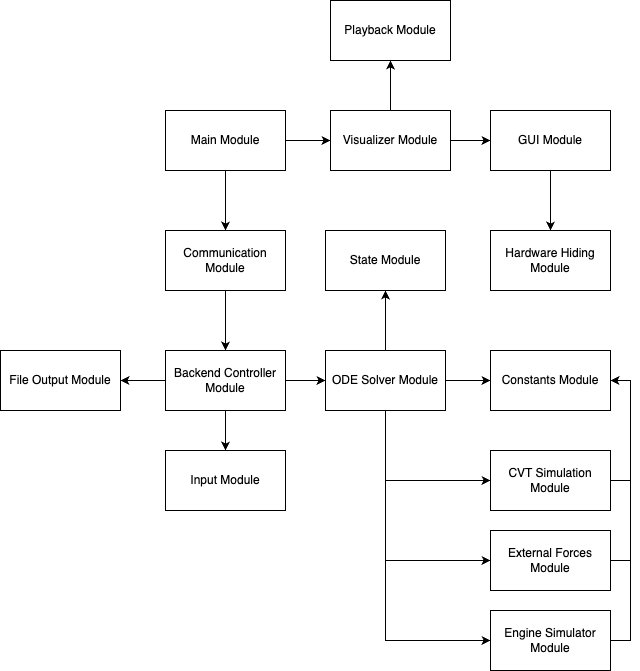
Above: docs/Design/SoftArchitecture/moduleDrawing.drawio.png in gr812b/CVT-Simulator (draw.io), before the change. Source tidied: cells renumbered, new cells last; positions are measured from the earlier drawing's top-left corner, leaving out a move shared by most shapes.
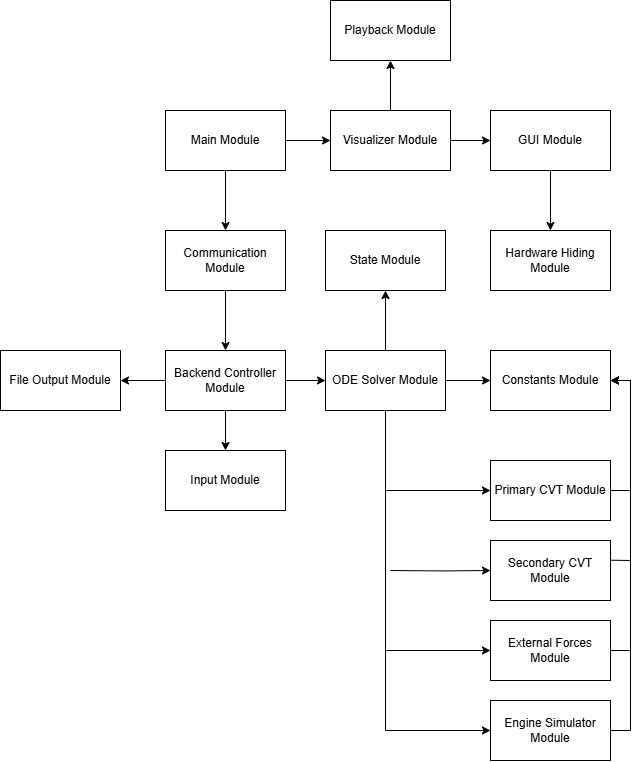
Later version of the same file.

Commit message:
Updated MG, new picture and new sec module

Change to the diagram source:
```diff
@@ -41,7 +41,7 @@
     <mxCell id="14" style="edgeStyle=orthogonalEdgeStyle;rounded=0;jettySize=auto;html=1;entryX=0;entryY=0.5;entryDx=0;entryDy=0;" parent="1" edge="1" source="17" target="31">
       <mxGeometry relative="1" as="geometry">
         <Array as="points">
-          <mxPoint x="385" y="640" />
+          <mxPoint x="385" y="730" />
         </Array>
       </mxGeometry>
     </mxCell>
@@ -87,20 +87,34 @@
     <mxCell id="28" style="edgeStyle=orthogonalEdgeStyle;rounded=0;jettySize=auto;html=1;exitX=1;exitY=0.5;exitDx=0;exitDy=0;entryX=1;entryY=0.5;entryDx=0;entryDy=0;" parent="1" edge="1" source="29" target="22">
       <mxGeometry relative="1" as="geometry" />
     </mxCell>
-    <mxCell id="29" value="CVT Simulation Module" style="rounded=0;whiteSpace=wrap;html=1;" parent="1" vertex="1">
-      <mxGeometry x="490" y="450" width="120" height="60" as="geometry" />
+    <mxCell id="29" value="Primary CVT Module" style="rounded=0;whiteSpace=wrap;html=1;" parent="1" vertex="1">
+      <mxGeometry x="490" y="460" width="120" height="60" as="geometry" />
     </mxCell>
     <mxCell id="30" style="edgeStyle=orthogonalEdgeStyle;rounded=0;jettySize=auto;html=1;exitX=1;exitY=0.5;exitDx=0;exitDy=0;entryX=1;entryY=0.5;entryDx=0;entryDy=0;" parent="1" edge="1" source="31" target="22">
       <mxGeometry relative="1" as="geometry" />
     </mxCell>
     <mxCell id="31" value="Engine Simulator Module" style="rounded=0;whiteSpace=wrap;html=1;" parent="1" vertex="1">
-      <mxGeometry x="490" y="610" width="120" height="60" as="geometry" />
+      <mxGeometry x="490" y="700" width="120" height="60" as="geometry" />
     </mxCell>
     <mxCell id="32" style="edgeStyle=orthogonalEdgeStyle;rounded=0;jettySize=auto;html=1;exitX=1;exitY=0.5;exitDx=0;exitDy=0;entryX=1;entryY=0.5;entryDx=0;entryDy=0;" parent="1" edge="1" source="33" target="22">
       <mxGeometry relative="1" as="geometry" />
     </mxCell>
     <mxCell id="33" value="External Forces Module" style="rounded=0;whiteSpace=wrap;html=1;" parent="1" vertex="1">
-      <mxGeometry x="490" y="530" width="120" height="60" as="geometry" />
+      <mxGeometry x="490" y="620" width="120" height="60" as="geometry" />
     </mxCell>
+    <mxCell id="34" style="edgeStyle=orthogonalEdgeStyle;rounded=0;jettySize=auto;html=1;entryX=0;entryY=0.5;entryDx=0;entryDy=0;" parent="1" edge="1" target="35">
+      <mxGeometry relative="1" as="geometry">
+        <mxPoint x="390" y="570" as="sourcePoint" />
+      </mxGeometry>
+    </mxCell>
+    <mxCell id="35" value="Secondary CVT Module" style="rounded=0;whiteSpace=wrap;html=1;" parent="1" vertex="1">
+      <mxGeometry x="490" y="540" width="120" height="60" as="geometry" />
+    </mxCell>
+    <mxCell id="36" style="endArrow=none;html=1;rounded=0;" parent="1" edge="1">
+      <mxGeometry relative="1" as="geometry">
+        <mxPoint x="610" y="559.7" as="sourcePoint" />
+        <mxPoint x="630" y="560" as="targetPoint" />
+      </mxGeometry>
+    </mxCell>
   </root>
 </mxGraphModel>
```
